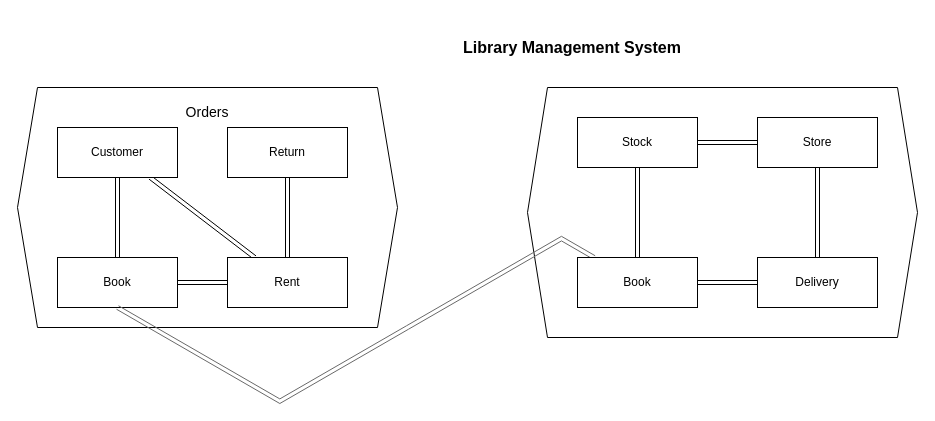
Earlier version of the draw.io diagram InitialDDDDiagram.drawio (Stijnkluiters/library-management-system). Source tidied: cells renumbered, new cells numbered last; positions are measured from the earlier drawing's top-left corner, leaving out a move shared by most shapes. Both pictures are drawn from the tidied source at 100%, with x=0, y=0 at pixel (17, 17).
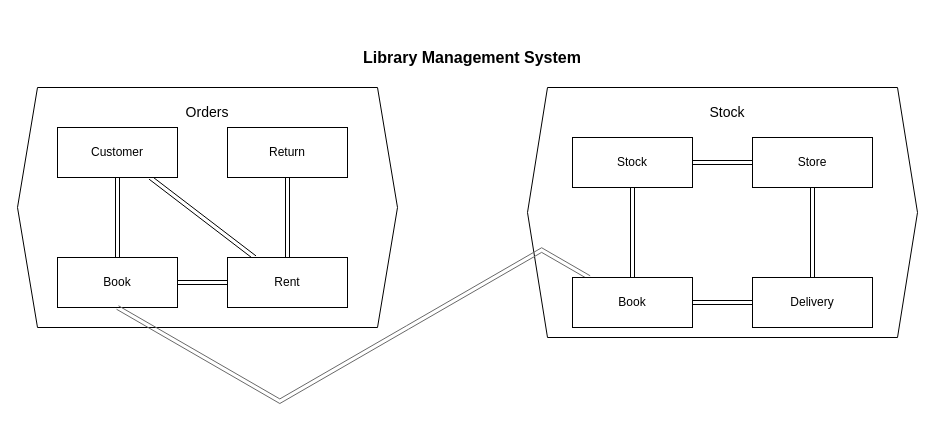
After the change.

What changed in the source:
```diff
@@
     <mxCell id="13" value="&lt;b&gt;&lt;font style=&quot;font-size: 16px;&quot;&gt;Library Management System&lt;/font&gt;&lt;/b&gt;" style="text;html=1;strokeColor=none;fillColor=none;align=center;verticalAlign=middle;whiteSpace=wrap;rounded=0;" parent="1" vertex="1">
-      <mxGeometry x="390" width="330" height="60" as="geometry" />
+      <mxGeometry x="290" y="10" width="330" height="60" as="geometry" />
     </mxCell>
@@
     <mxCell id="16" value="Book" style="rounded=0;whiteSpace=wrap;html=1;" parent="1" vertex="1">
-      <mxGeometry x="560" y="240" width="120" height="50" as="geometry" />
+      <mxGeometry x="555" y="260" width="120" height="50" as="geometry" />
     </mxCell>
@@
     <mxCell id="18" value="Stock" style="rounded=0;whiteSpace=wrap;html=1;" parent="1" vertex="1">
-      <mxGeometry x="560" y="100" width="120" height="50" as="geometry" />
+      <mxGeometry x="555" y="120" width="120" height="50" as="geometry" />
     </mxCell>
     <mxCell id="19" value="Store" style="rounded=0;whiteSpace=wrap;html=1;" parent="1" vertex="1">
-      <mxGeometry x="740" y="100" width="120" height="50" as="geometry" />
+      <mxGeometry x="735" y="120" width="120" height="50" as="geometry" />
     </mxCell>
@@
     <mxCell id="22" value="Delivery" style="rounded=0;whiteSpace=wrap;html=1;" parent="1" vertex="1">
-      <mxGeometry x="740" y="240" width="120" height="50" as="geometry" />
+      <mxGeometry x="735" y="260" width="120" height="50" as="geometry" />
     </mxCell>
+    <mxCell id="23" value="Stock" style="text;html=1;strokeColor=none;fillColor=none;align=center;verticalAlign=middle;whiteSpace=wrap;rounded=0;fontSize=14;" parent="1" vertex="1">
+      <mxGeometry x="620" y="80" width="180" height="30" as="geometry" />
+    </mxCell>
```
